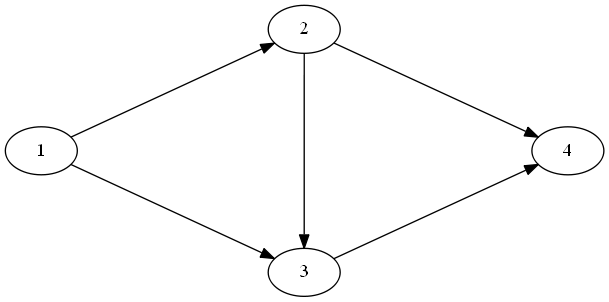
vinicius-de-souza/graphapplication keeps this Graphviz diagram as testes/grafo2.png. Above is the earlier version. Its source is kept beside it as testes/grafo2.dot.
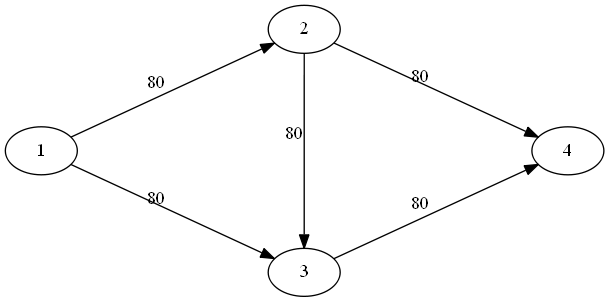
Later version of the same file.

Change to the diagram source:
```diff
@@ -1,9 +1,9 @@
 strict digraph G {
 
-    1 ->  2
-    1 ->  3
-    2 ->  3
-    2 ->  4
-    3 ->  4
+    1 ->  2 [label=" 80"]
+    1 ->  3 [label=" 80"]
+    2 ->  3 [label=" 80"]
+    2 ->  4 [label=" 80"]
+    3 ->  4 [label=" 80"]
 
  }
```
